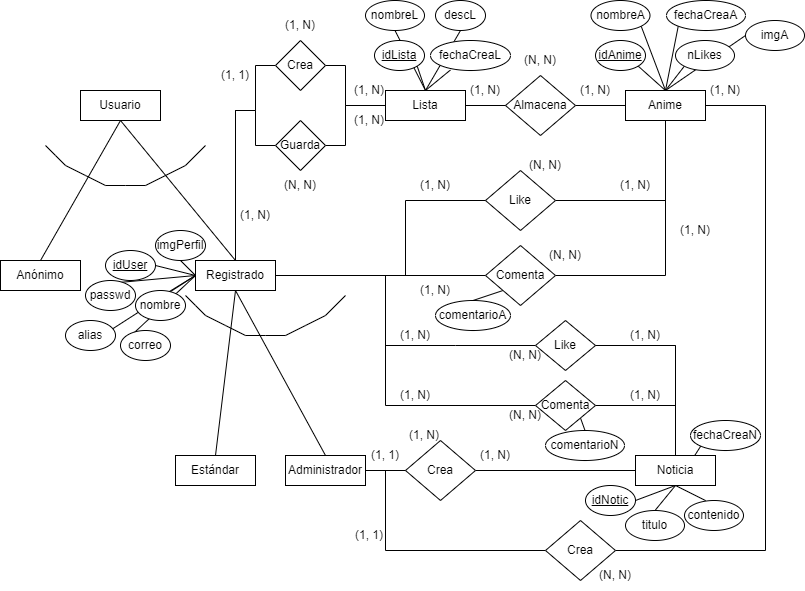
Above: YumeanimeE-R.png in raulfarce01/yumeanime (draw.io), before the change. Source tidied: cells renumbered, new cells last; positions are measured from the earlier drawing's top-left corner, leaving out a move shared by most shapes.
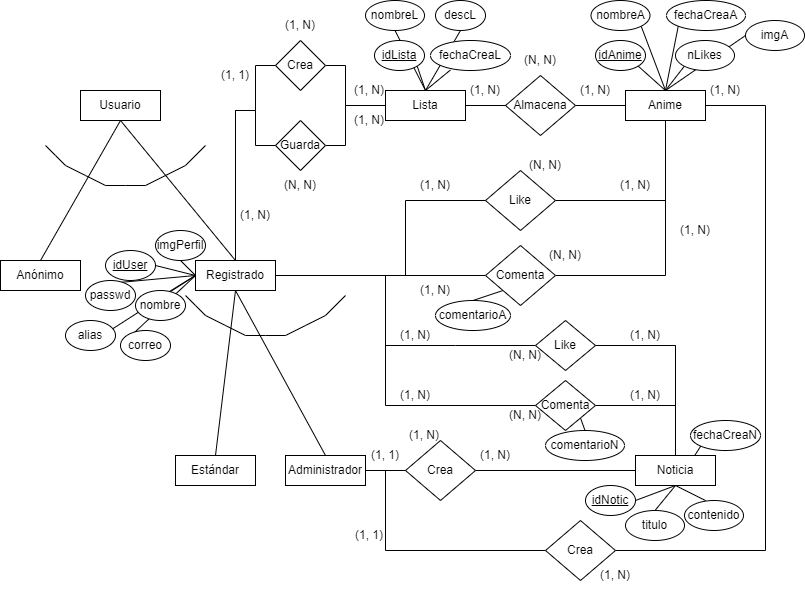
Above is the later version.

Diff of the diagram source:
```diff
@@ -398,7 +398,7 @@
     <mxCell id="96" value="(1, N)" style="text;html=1;strokeColor=none;fillColor=none;align=center;verticalAlign=middle;whiteSpace=wrap;rounded=0;" parent="1" vertex="1">
       <mxGeometry x="695" y="75" width="60" height="30" as="geometry" />
     </mxCell>
-    <mxCell id="97" value="(N, N)" style="text;html=1;strokeColor=none;fillColor=none;align=center;verticalAlign=middle;whiteSpace=wrap;rounded=0;" parent="1" vertex="1">
+    <mxCell id="97" value="(1, N)" style="text;html=1;strokeColor=none;fillColor=none;align=center;verticalAlign=middle;whiteSpace=wrap;rounded=0;" parent="1" vertex="1">
       <mxGeometry x="585" y="560" width="60" height="30" as="geometry" />
     </mxCell>
     <mxCell id="98" value="&lt;u&gt;idLista&lt;/u&gt;" style="ellipse;whiteSpace=wrap;html=1;" parent="1" vertex="1">
```
